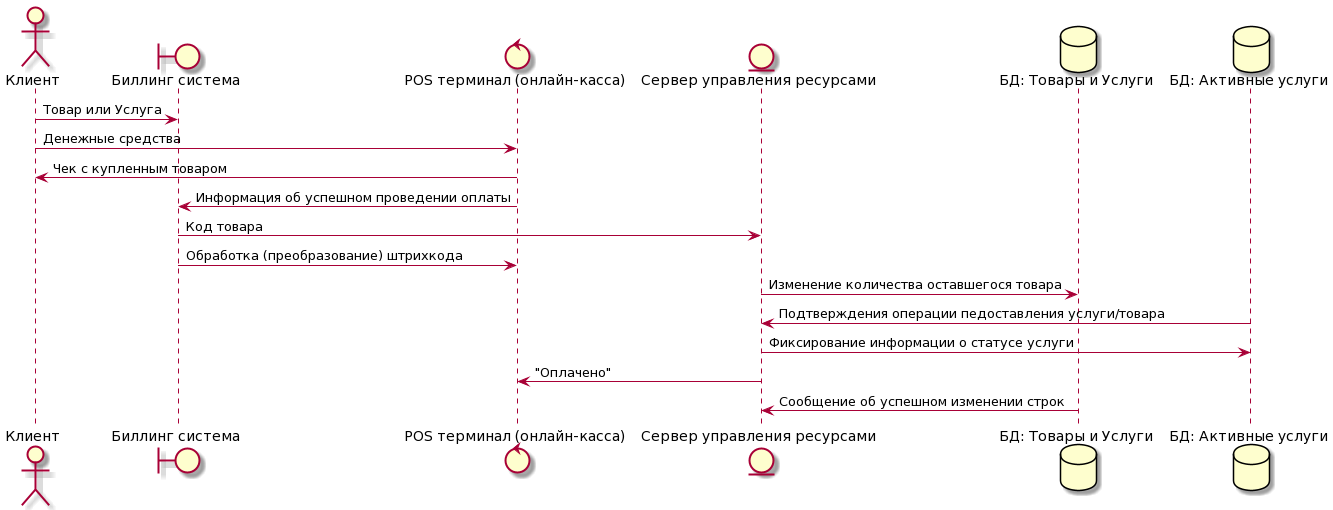
The PlantUML diagram lab_3/uml.png in Notespeak/projectmanagement, before a commit. Source of this version:
```plantuml
@startuml
actor "Клиент" as actor
boundary "Биллинг система" as billing
control "POS терминал (онлайн-касса)" as pos
entity "Сервер управления ресурсами" as server
database "БД: Товары и Услуги" as db
database "БД: Активные услуги" as db2



actor -> billing: Товар или Услуга
actor -> pos: Денежные средства
pos-> actor: Чек с купленным товаром
pos -> billing: Информация об успешном проведении оплаты
billing -> server: Код товара
billing -> pos: Обработка (преобразование) штрихкода
server -> db: Изменение количества оставшегося товара
db2 -> server: Подтверждения операции педоставления услуги/товара
server -> db2: Фиксирование информации о статусе услуги
server -> pos: "Оплачено"
db -> server: Сообщение об успешном изменении строк
@enduml
```
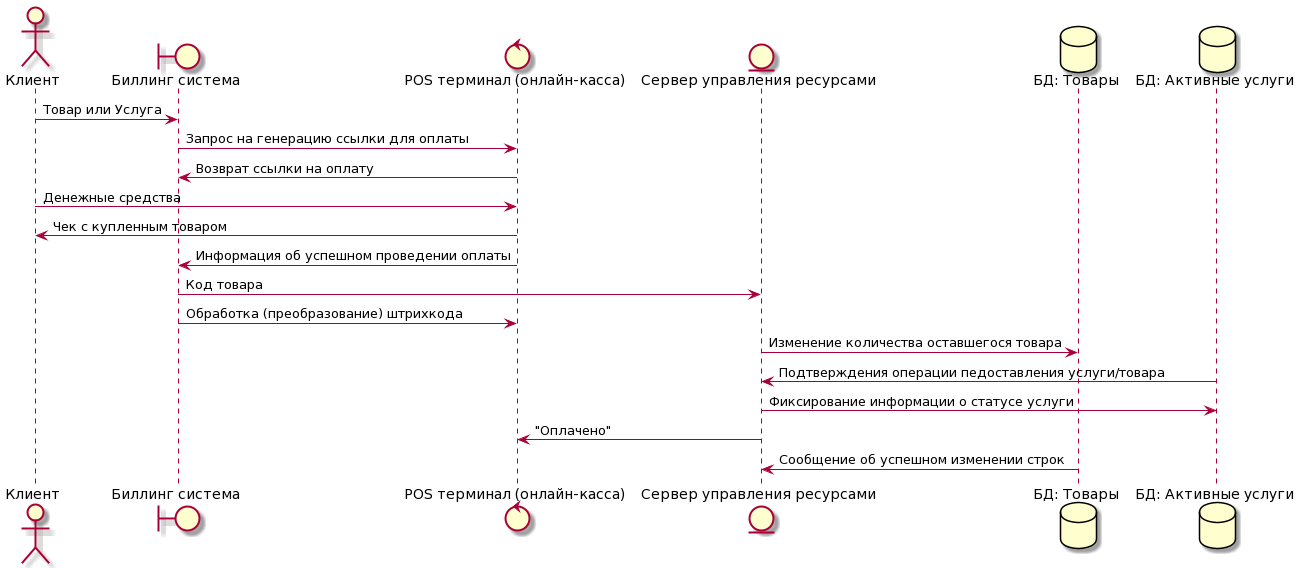
Above is the later version.

Change to the diagram source:
```diff
@@ -3,12 +3,14 @@
 boundary "Биллинг система" as billing
 control "POS терминал (онлайн-касса)" as pos
 entity "Сервер управления ресурсами" as server
-database "БД: Товары и Услуги" as db
+database "БД: Товары" as db
 database "БД: Активные услуги" as db2
 
 
 
 actor -> billing: Товар или Услуга
+billing -> pos: Запрос на генерацию ссылки для оплаты
+pos-> billing: Возврат ссылки на оплату
 actor -> pos: Денежные средства
 pos-> actor: Чек с купленным товаром
 pos -> billing: Информация об успешном проведении оплаты
```
